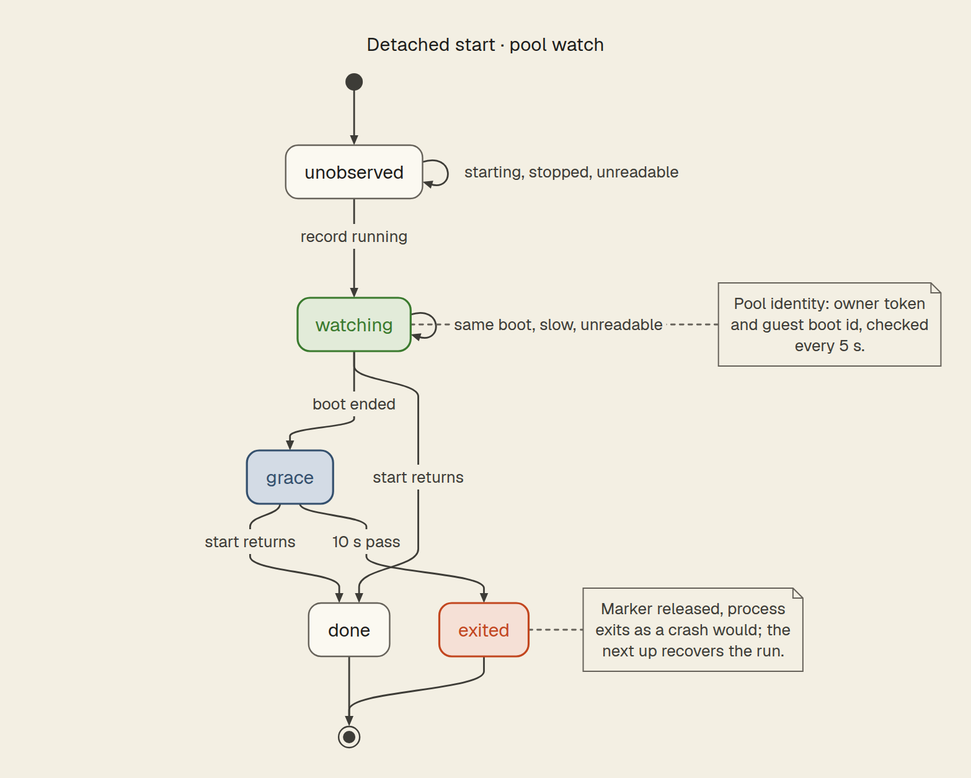
The Mermaid diagram docs/diagrams/native-start-pool-watch.png in hack-dance/hack, before a commit. Its source is kept beside it as docs/diagrams/native-start-pool-watch.mmd.
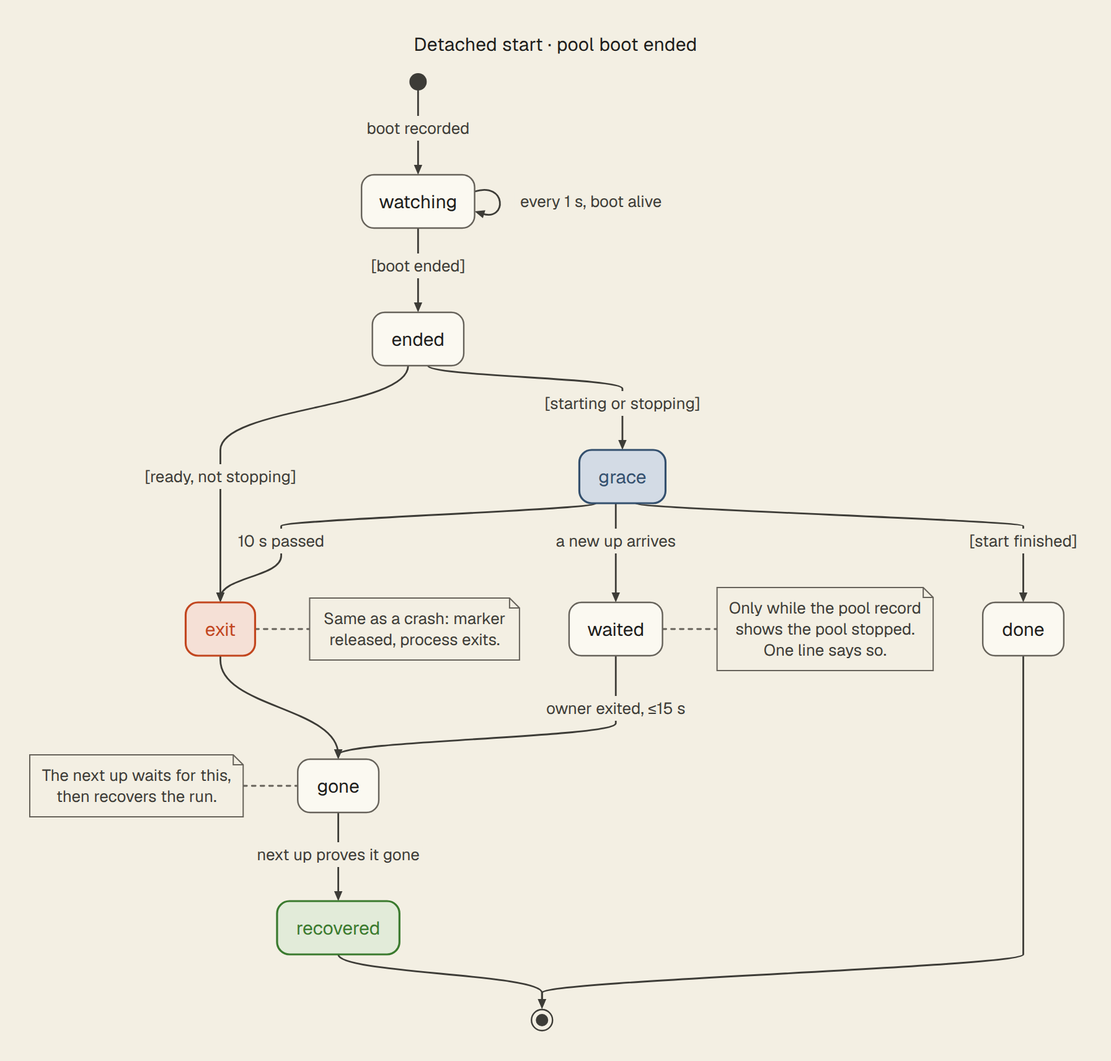
The same file after the commit.

Commit message:
fix(native): end a ready detached owner with its pool boot, and wait for it in up, restart and down --recover (HACK-2550, HACK-2572) (#1120)

What changed in the source:
```diff
@@ -1,5 +1,5 @@
 ---
-title: Detached start · pool watch
+title: Detached start · pool boot ended
 ---
 stateDiagram-v2
     direction TB
@@ -7,28 +7,35 @@
     classDef wait stroke-width:1.6px
     classDef fail stroke-width:1.6px
 
-    [*] --> unobserved
-    unobserved --> watching : record running
-    unobserved --> unobserved : starting, stopped, unreadable
-    watching --> watching : same boot, slow, unreadable
-    watching --> grace : boot ended
-    grace --> done : start returns
-    grace --> exited : 10 s pass
-    watching --> done : start returns
+    [*] --> watching : boot recorded
+    watching --> watching : every 1 s, boot alive
+    watching --> ended : [boot ended]
+    state ended <<choice>>
+    ended --> exit : [ready, not stopping]
+    ended --> grace : [starting or stopping]
+    grace --> exit : 10 s passed
+    grace --> done : [start finished]
+    exit --> gone
+    gone --> recovered : next up proves it gone
+    grace --> waited : a new up arrives
+    waited --> gone : owner exited, ≤15 s
     done --> [*]
-    exited --> [*]
+    recovered --> [*]
 
-    note right of watching
-        Pool identity: owner token
-        and guest boot id, checked
-        every 5 s.
+    note right of exit
+        Same as a crash: marker
+        released, process exits.
     end note
-    note right of exited
-        Marker released, process
-        exits as a crash would; the
-        next up recovers the run.
+    note left of gone
+        The next up waits for this,
+        then recovers the run.
+    end note
+    note right of waited
+        Only while the pool record
+        shows the pool stopped.
+        One line says so.
     end note
 
-    class watching ok
+    class recovered ok
     class grace wait
-    class exited fail
+    class exit fail
```
